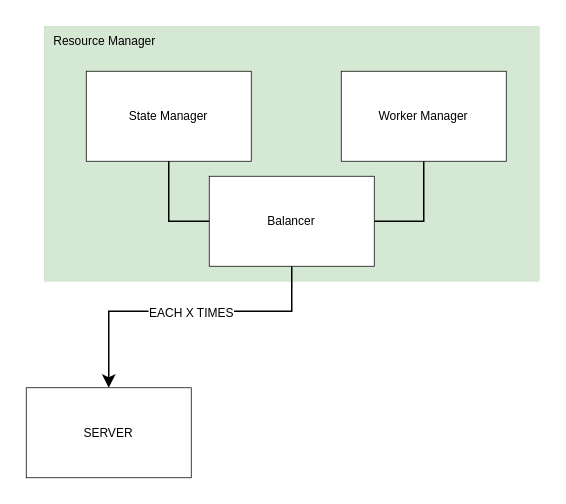
viniciusbds/diagrams keeps this draw.io diagram as Untitled Diagram.drawio. Above is the earlier version. Source tidied: cells renumbered, new cells numbered last; positions are measured from the earlier drawing's top-left corner, leaving out a move shared by most shapes. Both pictures are drawn from the tidied source at 150%, with x=0, y=0 at pixel (26, 26).
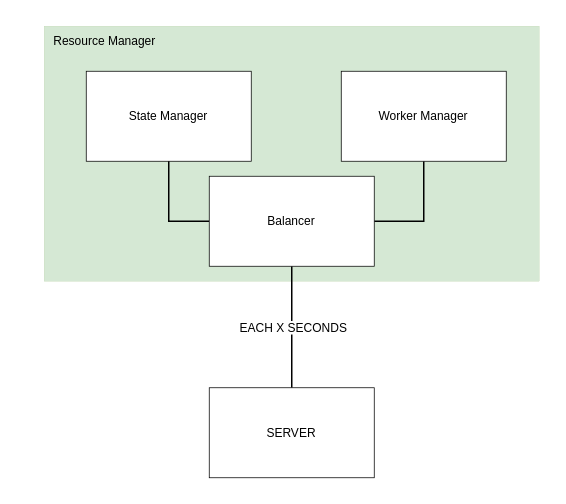
After the change.

What changed in the source:
```diff
@@
 <mxGraphModel>
   <root>
     <mxCell id="0" />
     <mxCell id="1" parent="0" />
     <mxCell id="2" style="rounded=0;whiteSpace=wrap;html=1;strokeColor=#82b366;strokeWidth=0;fillColor=#d5e8d4;" parent="1" vertex="1">
       <mxGeometry x="12" width="330" height="170" as="geometry" />
     </mxCell>
-    <mxCell id="3" style="edgeStyle=orthogonalEdgeStyle;rounded=0;jettySize=auto;html=1;exitX=0.5;exitY=1;exitDx=0;exitDy=0;fontFamily=Helvetica;fontSize=8;entryX=0.5;entryY=0;entryDx=0;entryDy=0;" parent="1" edge="1" source="8" target="10">
-      <mxGeometry relative="1" as="geometry">
-        <Array as="points">
-          <mxPoint x="177" y="190" />
-          <mxPoint x="55" y="190" />
-        </Array>
-      </mxGeometry>
-    </mxCell>
-    <mxCell id="4" value="EACH X TIMES" style="edgeLabel;html=1;align=center;verticalAlign=middle;fontSize=8;fontFamily=Helvetica;" parent="3" vertex="1">
-      <mxGeometry x="0.22" relative="1" as="geometry">
-        <mxPoint x="26" as="offset" />
-      </mxGeometry>
-    </mxCell>
     <mxCell id="5" value="State Manager" style="rounded=0;whiteSpace=wrap;html=1;fontFamily=Helvetica;fontSize=8;strokeColor=default;strokeWidth=0.5;" parent="1" vertex="1">
       <mxGeometry x="40" y="30" width="110" height="60" as="geometry" />
     </mxCell>
     <mxCell id="6" style="edgeStyle=orthogonalEdgeStyle;rounded=0;jettySize=auto;html=1;exitX=0;exitY=0.5;exitDx=0;exitDy=0;entryX=0.5;entryY=1;entryDx=0;entryDy=0;fontFamily=Helvetica;fontSize=8;endArrow=none;endFill=0;" parent="1" edge="1" source="8" target="5">
       <mxGeometry relative="1" as="geometry" />
     </mxCell>
     <mxCell id="7" style="edgeStyle=orthogonalEdgeStyle;rounded=0;jettySize=auto;html=1;exitX=1;exitY=0.5;exitDx=0;exitDy=0;fontFamily=Helvetica;fontSize=8;endArrow=none;endFill=0;" parent="1" edge="1" source="8" target="9">
       <mxGeometry relative="1" as="geometry" />
     </mxCell>
+    <mxCell id="3" style="edgeStyle=orthogonalEdgeStyle;rounded=0;jettySize=auto;html=1;exitX=0.5;exitY=1;exitDx=0;exitDy=0;entryX=0.5;entryY=0;entryDx=0;entryDy=0;fontFamily=Helvetica;fontSize=8;endArrow=none;endFill=0;" parent="1" edge="1" source="8" target="10">
+      <mxGeometry relative="1" as="geometry" />
+    </mxCell>
+    <mxCell id="12" value="EACH X SECONDS" style="edgeLabel;html=1;align=center;verticalAlign=middle;fontSize=8;fontFamily=Helvetica;" parent="3" vertex="1">
+      <mxGeometry x="-0.14" relative="1" as="geometry">
+        <mxPoint y="5" as="offset" />
+      </mxGeometry>
+    </mxCell>
     <mxCell id="8" value="Balancer" style="rounded=0;whiteSpace=wrap;html=1;fontFamily=Helvetica;fontSize=8;strokeColor=default;strokeWidth=0.5;" parent="1" vertex="1">
       <mxGeometry x="122" y="100" width="110" height="60" as="geometry" />
     </mxCell>
     <mxCell id="9" value="Worker Manager" style="rounded=0;whiteSpace=wrap;html=1;fontFamily=Helvetica;fontSize=8;strokeColor=default;strokeWidth=0.5;" parent="1" vertex="1">
       <mxGeometry x="210" y="30" width="110" height="60" as="geometry" />
     </mxCell>
     <mxCell id="10" value="SERVER" style="rounded=0;whiteSpace=wrap;html=1;fontFamily=Helvetica;fontSize=8;strokeColor=default;strokeWidth=0.5;" parent="1" vertex="1">
-      <mxGeometry y="241" width="110" height="60" as="geometry" />
+      <mxGeometry x="122" y="241" width="110" height="60" as="geometry" />
     </mxCell>
     <mxCell id="11" value="Resource Manager" style="text;html=1;align=center;verticalAlign=middle;strokeColor=none;fillColor=none;fontSize=8;fontFamily=Helvetica;strokeWidth=1;fontStyle=0;" parent="1" vertex="1">
       <mxGeometry x="12" width="80" height="20" as="geometry" />
     </mxCell>
   </root>
 </mxGraphModel>
```
